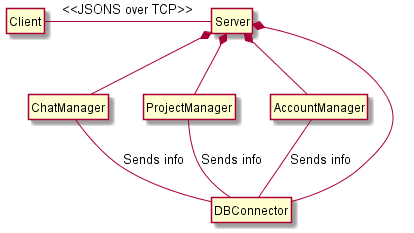
Before: Class Diagrams/server_overview.png, a diagram exported from PlantUML (voxelv/sQuire_kw).
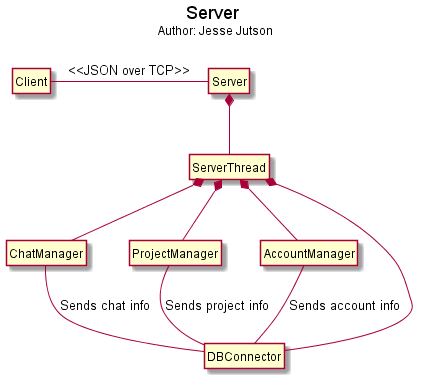
After the change.

Commit message:
Updated Server class diagrams

Change to the diagram source:
```diff
@@ -2,28 +2,36 @@
 hide circle
 hide empty members
 
+Title Server \n<size:12>Author: Jesse Jutson\n
+
 class "Client" as sq
-
 class "Server" as sqs
+    class "ServerThread" as sqs_thread {
+    }
 
 	class "AccountManager" as sqs_acc
+	class "ProjectManager" as sqs_proj
+	class "ChatManager" as sqs_chat{
+	}
+	class "DBConnector" as sqs_dbc {
+	}
 
-	class "ProjectManager" as sqs_proj
+sq -r- sqs : <<JSON over TCP>>
 
-	class "ChatManager" as sqs_chat
+sqs *-- sqs_thread
+sqs_thread *-- sqs_acc
+sqs_thread *-- sqs_proj
+sqs_thread *-- sqs_chat
+sqs_thread *-- sqs_dbc
 
-	class "DBConnector" as sqs_dbc
+sqs_dbc -u- sqs_acc :Sends account info
+sqs_dbc -u- sqs_proj :Sends project info
+sqs_dbc -u- sqs_chat :Sends chat info
 
-sq -right- sqs : <<JSONS over TCP>>
 
-sqs *-- sqs_acc
-sqs *-- sqs_proj
-sqs *-- sqs_chat
-sqs *-- sqs_dbc
 
-sqs_dbc -u- sqs_acc :Sends info
-sqs_dbc -u- sqs_proj :Sends info
-sqs_dbc -u- sqs_chat :Sends info
+
+
 
 
 
```
